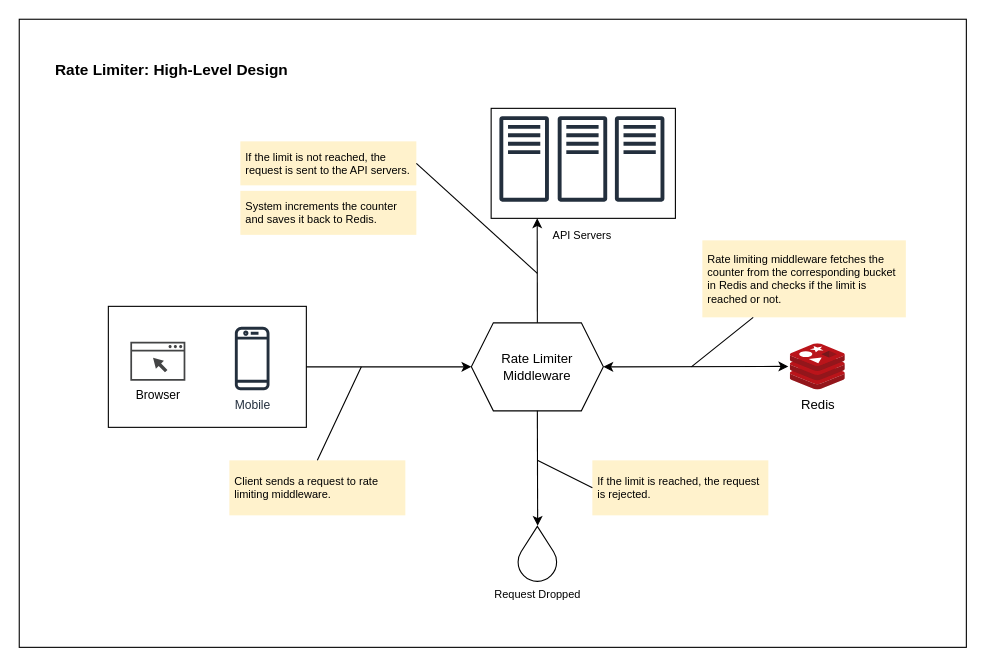
mpolizzotti/system-design keeps this draw.io diagram as rate-limiter/rate.limiter.high.level.drawio. Above is the earlier version. Source tidied: cells renumbered, new cells numbered last; positions are measured from the earlier drawing's top-left corner, leaving out a move shared by most shapes. Both pictures are drawn from the tidied source at 110%, with x=0, y=0 at pixel (19, 19).
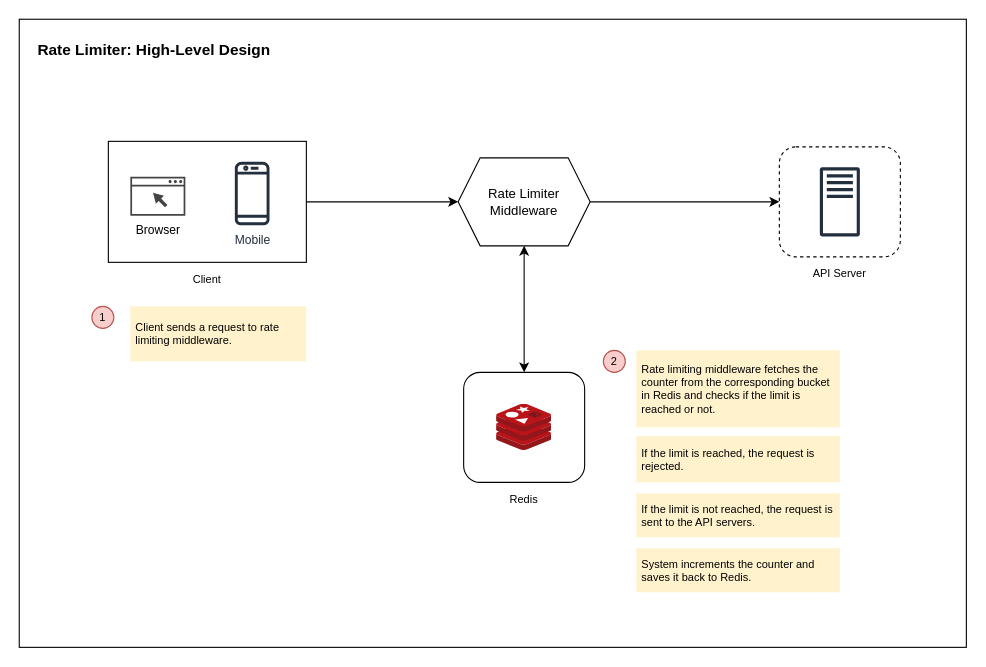
The same page after the edit.

Commit message (it also covers changes not shown here):
revise high level rate limiter diagram

The edit, as a diff of the source:
```diff
@@
     <mxCell id="4" style="group;" parent="3" vertex="1">
-      <mxGeometry x="81" y="261" width="180" height="110" as="geometry" />
+      <mxGeometry x="81" y="111" width="180" height="110" as="geometry" />
     </mxCell>
+    <mxCell id="32" style="group;" parent="4" vertex="1">
+      <mxGeometry width="180" height="110" as="geometry" />
+    </mxCell>
-    <mxCell id="5" style="rounded=0;whiteSpace=wrap;html=1;" parent="4" vertex="1">
+    <mxCell id="5" style="rounded=0;whiteSpace=wrap;html=1;" parent="32" vertex="1">
       <mxGeometry width="180" height="110" as="geometry" />
     </mxCell>
-    <mxCell id="6" value="Mobile" style="sketch=0;fontColor=#232F3E;gradientColor=none;fillColor=#232F3D;strokeColor=none;dashed=0;verticalLabelPosition=bottom;verticalAlign=top;align=center;html=1;fontSize=11;fontStyle=0;shape=mxgraph.aws4.mobile_client;" parent="4" vertex="1">
+    <mxCell id="6" value="Mobile" style="sketch=0;fontColor=#232F3E;gradientColor=none;fillColor=#232F3D;strokeColor=none;dashed=0;verticalLabelPosition=bottom;verticalAlign=top;align=center;html=1;fontSize=11;fontStyle=0;shape=mxgraph.aws4.mobile_client;" parent="32" vertex="1">
       <mxGeometry x="115" y="17.4" width="31.5" height="60" as="geometry" />
     </mxCell>
-    <mxCell id="7" value="Browser" style="sketch=0;shadow=0;dashed=0;html=1;strokeColor=none;fillColor=#434445;labelPosition=center;verticalLabelPosition=bottom;verticalAlign=top;align=center;shape=mxgraph.vvd.web_browser;fontSize=11;" parent="4" vertex="1">
+    <mxCell id="7" value="Browser" style="sketch=0;shadow=0;dashed=0;html=1;strokeColor=none;fillColor=#434445;labelPosition=center;verticalLabelPosition=bottom;verticalAlign=top;align=center;shape=mxgraph.vvd.web_browser;fontSize=11;" parent="32" vertex="1">
       <mxGeometry x="20" y="32.2" width="50" height="35.5" as="geometry" />
     </mxCell>
     <mxCell id="8" value="Rate Limiter Middleware" style="shape=hexagon;perimeter=hexagonPerimeter2;whiteSpace=wrap;html=1;fixedSize=1;" parent="3" vertex="1">
-      <mxGeometry x="411" y="276" width="120" height="80" as="geometry" />
+      <mxGeometry x="399" y="126" width="120" height="80" as="geometry" />
     </mxCell>
     <mxCell id="9" value="Client sends a request to rate limiting middleware." style="rounded=0;whiteSpace=wrap;html=1;hachureGap=4;fontSize=10;fillColor=#FFF2CC;strokeColor=none;spacing=5;align=left;" parent="3" vertex="1">
-      <mxGeometry x="191" y="401" width="160" height="50" as="geometry" />
+      <mxGeometry x="101" y="261" width="160" height="50" as="geometry" />
     </mxCell>
-    <mxCell id="10" style="group;" parent="3" vertex="1">
-      <mxGeometry x="429" y="81" width="167.5" height="130" as="geometry" />
-    </mxCell>
-    <mxCell id="11" value="API Servers" style="text;html=1;strokeColor=none;fillColor=none;align=center;verticalAlign=middle;whiteSpace=wrap;rounded=0;hachureGap=4;fontSize=10;" parent="10" vertex="1">
-      <mxGeometry x="52.5" y="100" width="60" height="30" as="geometry" />
-    </mxCell>
-    <mxCell id="12" style="rounded=0;whiteSpace=wrap;html=1;hachureGap=4;fontSize=10;" parent="10" vertex="1">
-      <mxGeometry width="167.5" height="100" as="geometry" />
-    </mxCell>
-    <mxCell id="13" style="sketch=0;fontColor=#232F3E;gradientColor=none;fillColor=#232F3D;strokeColor=none;dashed=0;verticalLabelPosition=bottom;verticalAlign=top;align=center;html=1;fontSize=12;fontStyle=0;shape=mxgraph.aws4.traditional_server;hachureGap=4;" parent="10" vertex="1">
-      <mxGeometry x="7.5" y="7" width="45" height="78" as="geometry" />
-    </mxCell>
-    <mxCell id="14" style="sketch=0;fontColor=#232F3E;gradientColor=none;fillColor=#232F3D;strokeColor=none;dashed=0;verticalLabelPosition=bottom;verticalAlign=top;align=center;html=1;fontSize=12;fontStyle=0;shape=mxgraph.aws4.traditional_server;hachureGap=4;" parent="10" vertex="1">
-      <mxGeometry x="60.5" y="7" width="45" height="78" as="geometry" />
-    </mxCell>
-    <mxCell id="15" style="sketch=0;fontColor=#232F3E;gradientColor=none;fillColor=#232F3D;strokeColor=none;dashed=0;verticalLabelPosition=bottom;verticalAlign=top;align=center;html=1;fontSize=12;fontStyle=0;shape=mxgraph.aws4.traditional_server;hachureGap=4;" parent="10" vertex="1">
-      <mxGeometry x="112.5" y="7" width="45" height="78" as="geometry" />
-    </mxCell>
-    <mxCell id="16" value="Redis" style="sketch=0;html=1;points=[];align=center;image;fontSize=12;image=img/lib/mscae/Cache_Redis_Product.svg;hachureGap=4;" parent="3" vertex="1">
-      <mxGeometry x="701" y="295" width="50" height="42" as="geometry" />
-    </mxCell>
-    <mxCell id="17" style="endArrow=classic;startArrow=classic;html=1;rounded=0;entryX=1;entryY=0.5;entryDx=0;entryDy=0;exitX=-0.037;exitY=0.49;exitDx=0;exitDy=0;exitPerimeter=0;" parent="3" edge="1" source="16" target="8">
-      <mxGeometry relative="1" as="geometry" />
-    </mxCell>
-    <mxCell id="18" style="endArrow=classic;html=1;rounded=0;exitX=0.5;exitY=0;exitDx=0;exitDy=0;entryX=0.25;entryY=1;entryDx=0;entryDy=0;" parent="3" edge="1" source="8" target="12">
-      <mxGeometry relative="1" as="geometry" />
-    </mxCell>
@@
-    <mxCell id="20" style="endArrow=none;html=1;rounded=0;entryX=0.5;entryY=0;entryDx=0;entryDy=0;" parent="3" edge="1" target="9">
-      <mxGeometry relative="1" as="geometry">
-        <mxPoint x="311" y="316" as="sourcePoint" />
-      </mxGeometry>
-    </mxCell>
     <mxCell id="21" value="Rate limiting middleware fetches the counter from the corresponding bucket in Redis and checks if the limit is reached or not." style="rounded=0;whiteSpace=wrap;html=1;hachureGap=4;fontSize=10;fillColor=#FFF2CC;strokeColor=none;spacing=5;align=left;" parent="3" vertex="1">
-      <mxGeometry x="621" y="201" width="185" height="70" as="geometry" />
+      <mxGeometry x="561" y="301" width="185" height="70" as="geometry" />
     </mxCell>
     <mxCell id="22" value="If the limit is reached, the request is rejected." style="rounded=0;whiteSpace=wrap;html=1;hachureGap=4;fontSize=10;fillColor=#FFF2CC;strokeColor=none;spacing=5;align=left;" parent="3" vertex="1">
-      <mxGeometry x="521" y="401" width="160" height="50" as="geometry" />
+      <mxGeometry x="561" y="379" width="185" height="42" as="geometry" />
     </mxCell>
     <mxCell id="23" value="If the limit is not reached, the request is sent to the API servers." style="rounded=0;whiteSpace=wrap;html=1;hachureGap=4;fontSize=10;fillColor=#FFF2CC;strokeColor=none;spacing=5;align=left;" parent="3" vertex="1">
-      <mxGeometry x="201" y="111" width="160" height="40" as="geometry" />
+      <mxGeometry x="561" y="431" width="185" height="40" as="geometry" />
     </mxCell>
     <mxCell id="24" value="System increments the counter and saves it back to Redis." style="rounded=0;whiteSpace=wrap;html=1;hachureGap=4;fontSize=10;fillColor=#FFF2CC;strokeColor=none;spacing=5;align=left;" parent="3" vertex="1">
-      <mxGeometry x="201" y="156" width="160" height="40" as="geometry" />
+      <mxGeometry x="561" y="481" width="185" height="40" as="geometry" />
     </mxCell>
-    <mxCell id="25" value="Request Dropped" style="verticalLabelPosition=bottom;verticalAlign=top;html=1;shape=mxgraph.basic.drop;hachureGap=4;fontSize=10;" parent="3" vertex="1">
-      <mxGeometry x="453.5" y="461" width="35" height="50" as="geometry" />
-    </mxCell>
-    <mxCell id="26" style="endArrow=classic;html=1;rounded=0;exitX=0.5;exitY=1;exitDx=0;exitDy=0;entryX=0.508;entryY=-0.009;entryDx=0;entryDy=0;entryPerimeter=0;" parent="3" edge="1" source="8" target="25">
-      <mxGeometry relative="1" as="geometry" />
-    </mxCell>
-    <mxCell id="27" style="endArrow=none;html=1;rounded=0;entryX=0.25;entryY=1;entryDx=0;entryDy=0;" parent="3" edge="1" target="21">
-      <mxGeometry relative="1" as="geometry">
-        <mxPoint x="611" y="316" as="sourcePoint" />
-      </mxGeometry>
-    </mxCell>
-    <mxCell id="28" style="endArrow=none;html=1;rounded=0;exitX=1;exitY=0.5;exitDx=0;exitDy=0;" parent="3" edge="1" source="23">
-      <mxGeometry relative="1" as="geometry">
-        <mxPoint x="471" y="231" as="targetPoint" />
-      </mxGeometry>
-    </mxCell>
-    <mxCell id="29" style="endArrow=none;html=1;rounded=0;entryX=0;entryY=0.5;entryDx=0;entryDy=0;" parent="3" edge="1" target="22">
-      <mxGeometry relative="1" as="geometry">
-        <mxPoint x="471" y="401" as="sourcePoint" />
-      </mxGeometry>
-    </mxCell>
+    <mxCell id="33" style="group;" parent="3" vertex="1">
+      <mxGeometry x="404" y="321" width="110" height="130" as="geometry" />
+    </mxCell>
+    <mxCell id="34" style="rounded=1;whiteSpace=wrap;html=1;hachureGap=4;fontSize=10;" parent="33" vertex="1">
+      <mxGeometry width="110" height="100" as="geometry" />
+    </mxCell>
+    <mxCell id="16" style="sketch=0;html=1;points=[];align=center;image;fontSize=12;image=img/lib/mscae/Cache_Redis_Product.svg;hachureGap=4;" parent="33" vertex="1">
+      <mxGeometry x="30" y="29" width="50" height="42" as="geometry" />
+    </mxCell>
+    <mxCell id="35" value="Redis" style="text;html=1;strokeColor=none;fillColor=none;align=center;verticalAlign=middle;whiteSpace=wrap;rounded=0;hachureGap=4;fontSize=10;" parent="33" vertex="1">
+      <mxGeometry x="25" y="100" width="60" height="30" as="geometry" />
+    </mxCell>
+    <mxCell id="36" style="group;" parent="3" vertex="1">
+      <mxGeometry x="691" y="116" width="110" height="130" as="geometry" />
+    </mxCell>
+    <mxCell id="11" value="API Server" style="text;html=1;strokeColor=none;fillColor=none;align=center;verticalAlign=middle;whiteSpace=wrap;rounded=0;hachureGap=4;fontSize=10;" parent="36" vertex="1">
+      <mxGeometry x="25" y="100" width="60" height="30" as="geometry" />
+    </mxCell>
+    <mxCell id="12" style="rounded=1;whiteSpace=wrap;html=1;hachureGap=4;fontSize=10;dashed=1;" parent="36" vertex="1">
+      <mxGeometry width="110" height="100" as="geometry" />
+    </mxCell>
+    <mxCell id="14" style="sketch=0;fontColor=#232F3E;gradientColor=none;fillColor=#232F3D;strokeColor=none;dashed=0;verticalLabelPosition=bottom;verticalAlign=top;align=center;html=1;fontSize=12;fontStyle=0;shape=mxgraph.aws4.traditional_server;hachureGap=4;" parent="36" vertex="1">
+      <mxGeometry x="36.8" y="18.5" width="36.4" height="63" as="geometry" />
+    </mxCell>
+    <mxCell id="37" value="Client" style="text;html=1;strokeColor=none;fillColor=none;align=center;verticalAlign=middle;whiteSpace=wrap;rounded=0;fontSize=10;" parent="3" vertex="1">
+      <mxGeometry x="141" y="221" width="60" height="30" as="geometry" />
+    </mxCell>
+    <mxCell id="38" style="endArrow=classic;startArrow=classic;html=1;rounded=0;fontSize=10;exitX=0.5;exitY=0;exitDx=0;exitDy=0;entryX=0.5;entryY=1;entryDx=0;entryDy=0;" parent="3" edge="1" source="34" target="8">
+      <mxGeometry relative="1" as="geometry" />
+    </mxCell>
+    <mxCell id="18" style="endArrow=classic;html=1;rounded=0;fontSize=10;exitX=1;exitY=0.5;exitDx=0;exitDy=0;entryX=0;entryY=0.5;entryDx=0;entryDy=0;" parent="3" edge="1" source="8" target="12">
+      <mxGeometry relative="1" as="geometry" />
+    </mxCell>
+    <mxCell id="39" value="1" style="ellipse;whiteSpace=wrap;html=1;rounded=1;fontSize=10;fillColor=#f8cecc;strokeColor=#b85450;" parent="3" vertex="1">
+      <mxGeometry x="66" y="261" width="20" height="20" as="geometry" />
+    </mxCell>
+    <mxCell id="40" value="2" style="ellipse;whiteSpace=wrap;html=1;rounded=1;fontSize=10;fillColor=#f8cecc;strokeColor=#b85450;" parent="3" vertex="1">
+      <mxGeometry x="531" y="301" width="20" height="20" as="geometry" />
+    </mxCell>
@@
     <mxCell id="31" value="&lt;font style=&quot;font-size: 14px;&quot;&gt;&lt;b&gt;Rate Limiter: High-Level Design&lt;/b&gt;&lt;/font&gt;" style="text;strokeColor=none;fillColor=none;html=1;align=left;verticalAlign=middle;whiteSpace=wrap;rounded=0;hachureGap=4;fontSize=10;" parent="30" vertex="1">
-      <mxGeometry x="31" y="31" width="280" height="30" as="geometry" />
+      <mxGeometry x="15" y="13" width="280" height="30" as="geometry" />
     </mxCell>
```
